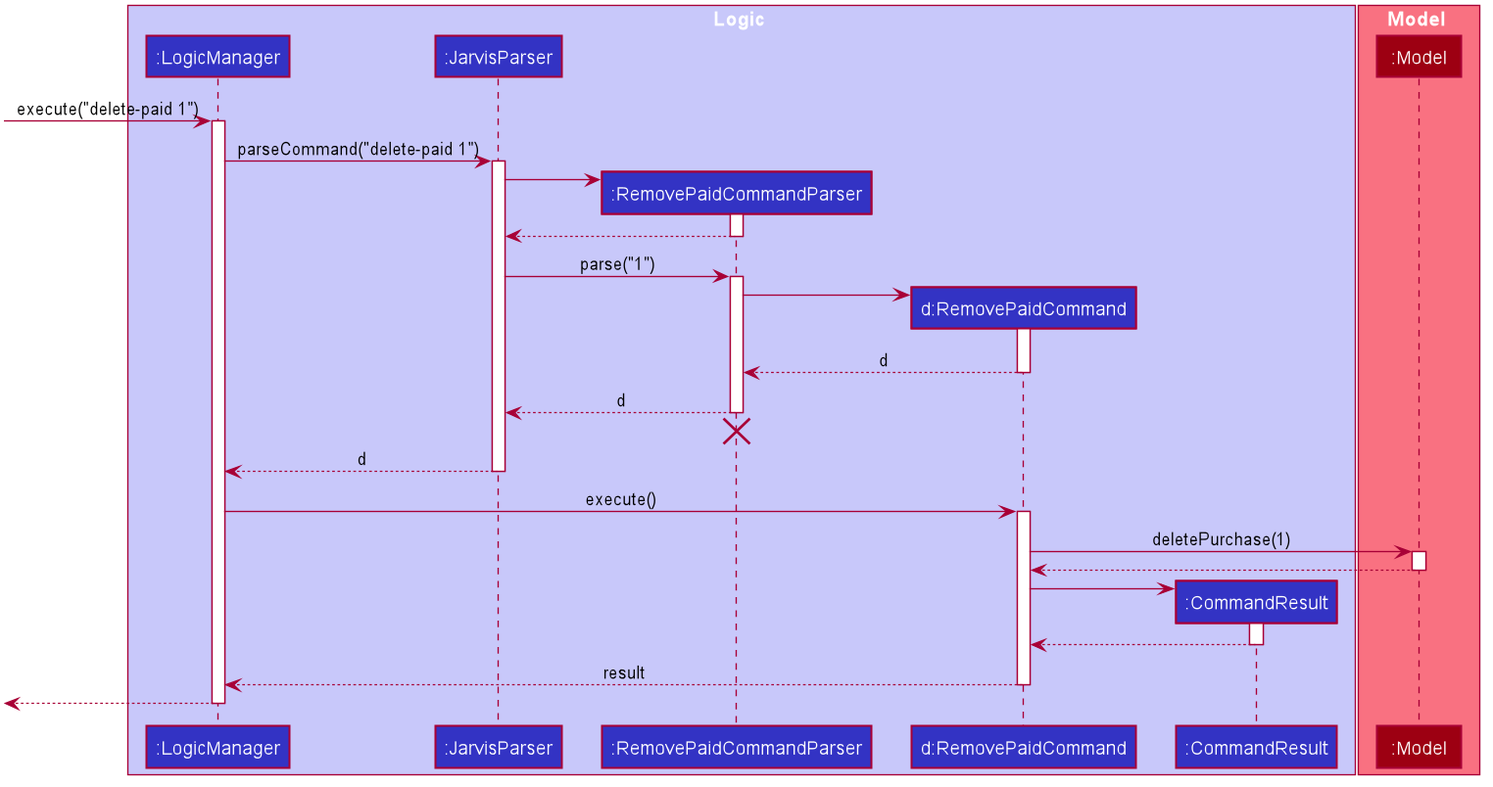
This is docs/images/finance-tracker/DeletePurchaseSequenceDiagram.png from nus-cs2103-AY1920S1/addressbook-level3, a PlantUML export, as it was before one commit.
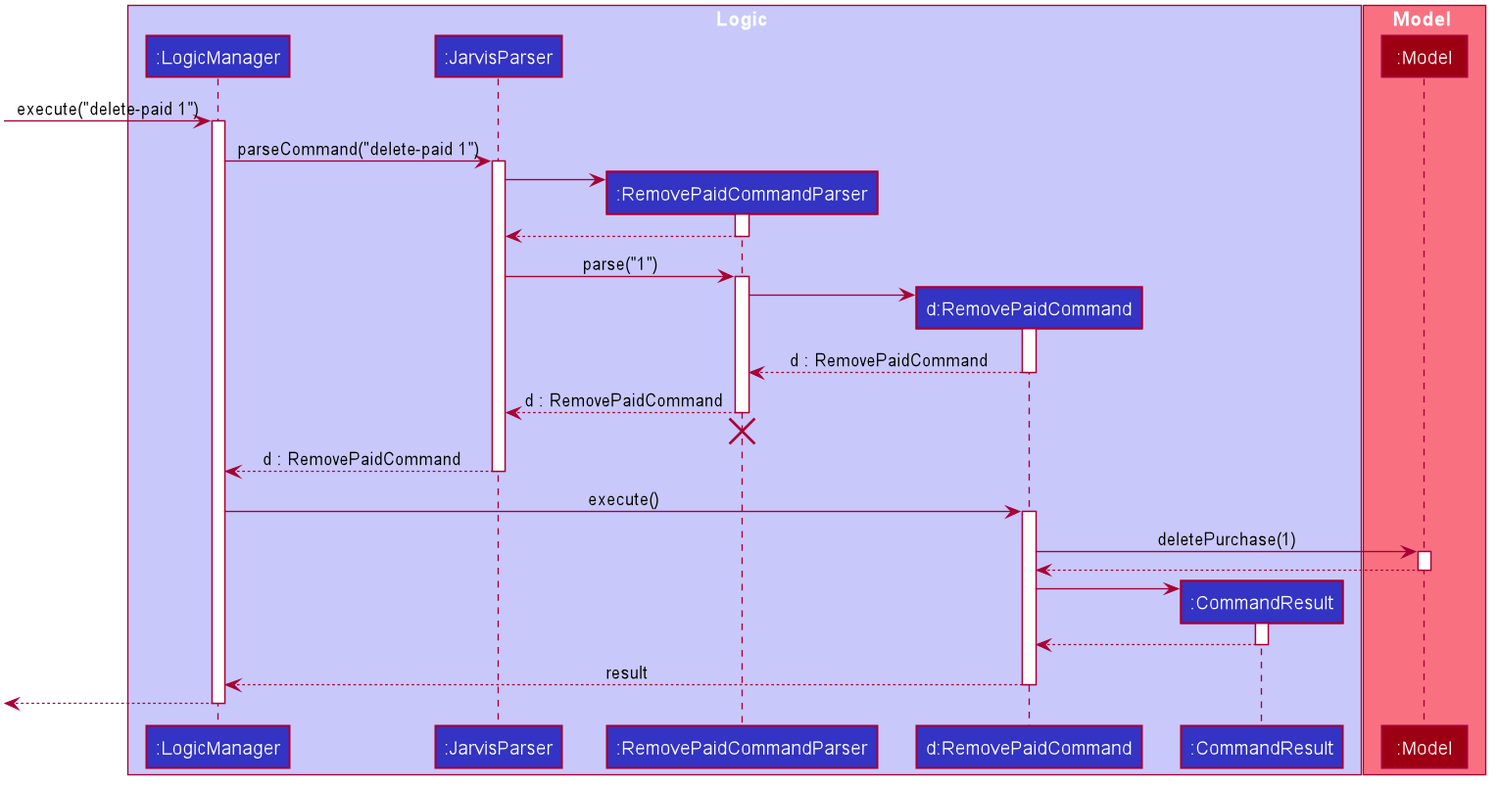
After the change.

The edit, as a diff of the source:
```diff
@@ -79,15 +79,15 @@
 RemovePaidCommandParser -> RemovePaidCommand
 activate RemovePaidCommand
 
-RemovePaidCommand --> RemovePaidCommandParser : d
+RemovePaidCommand --> RemovePaidCommandParser : d : RemovePaidCommand
 deactivate RemovePaidCommand
 
-RemovePaidCommandParser --> JarvisParser : d
+RemovePaidCommandParser --> JarvisParser : d : RemovePaidCommand
 deactivate RemovePaidCommandParser
 RemovePaidCommandParser -[hidden]-> JarvisParser
 destroy RemovePaidCommandParser
 
-JarvisParser --> LogicManager : d
+JarvisParser --> LogicManager : d : RemovePaidCommand
 deactivate JarvisParser
 
 LogicManager -> RemovePaidCommand : execute()
```
